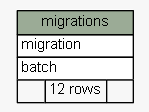
The Graphviz diagram docs/diagrams/summary/migrations.1degree.png in g0v/poli-radar-api, before a commit. Its source is kept beside it as docs/diagrams/summary/migrations.1degree.dot.
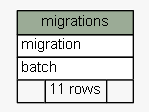
After the change.

Change to the diagram source:
```diff
@@ -21,7 +21,7 @@
       <TR><TD COLSPAN="3" BGCOLOR="#9bab96" ALIGN="CENTER">migrations</TD></TR>
       <TR><TD PORT="migration" COLSPAN="3" ALIGN="LEFT">migration</TD></TR>
       <TR><TD PORT="batch" COLSPAN="3" ALIGN="LEFT">batch</TD></TR>
-      <TR><TD ALIGN="LEFT" BGCOLOR="#f7f7f7">  </TD><TD ALIGN="RIGHT" BGCOLOR="#f7f7f7">12 rows</TD><TD ALIGN="RIGHT" BGCOLOR="#f7f7f7">  </TD></TR>
+      <TR><TD ALIGN="LEFT" BGCOLOR="#f7f7f7">  </TD><TD ALIGN="RIGHT" BGCOLOR="#f7f7f7">11 rows</TD><TD ALIGN="RIGHT" BGCOLOR="#f7f7f7">  </TD></TR>
     </TABLE>>
     URL="tables/migrations.html"
     tooltip="migrations"
```
